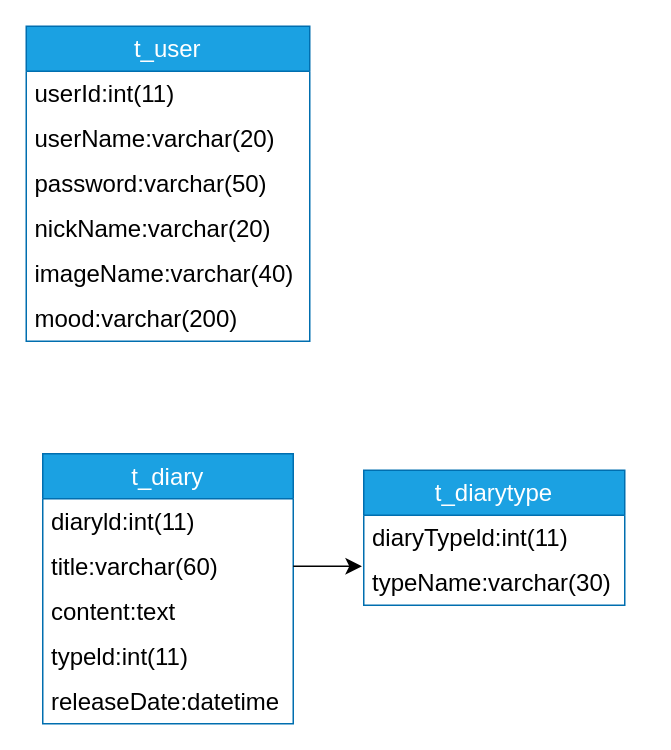
Above: 未命名绘图2.drawio in s48910649s/11024226-11024231-Final_report (draw.io), before the change. Source tidied: cells renumbered, new cells numbered last; positions are measured from the earlier drawing's top-left corner, leaving out a move shared by most shapes. Both pictures are drawn from the tidied source at 150%, with x=0, y=0 at pixel (26, 26).
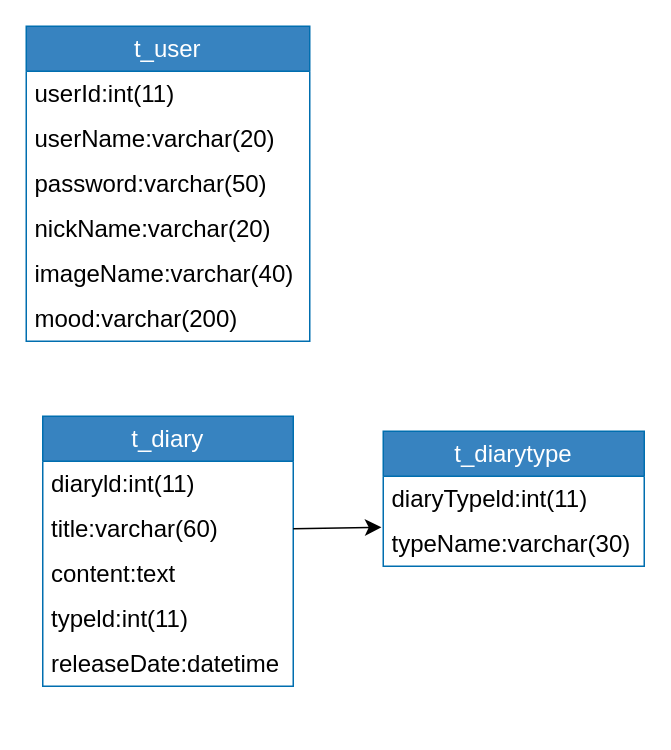
The same page after the edit.

What changed in the source:
```diff
@@
 <mxGraphModel>
   <root>
     <mxCell id="0" />
     <mxCell id="1" parent="0" />
-    <mxCell id="2" value="t_user" style="swimlane;fontStyle=0;horizontal=1;startSize=30;whiteSpace=wrap;html=1;fontSize=16;fillColor=#1ba1e2;strokeColor=#006EAF;fontColor=#ffffff;" parent="1" vertex="1">
+    <mxCell id="2" value="t_user" style="swimlane;fontStyle=0;horizontal=1;startSize=30;whiteSpace=wrap;html=1;fontSize=16;fillColor=#3783c0;strokeColor=#006EAF;fontColor=#ffffff;" parent="1" vertex="1">
       <mxGeometry width="189" height="210" as="geometry" />
     </mxCell>
     <mxCell id="3" value="userId:int(11)" style="text;strokeColor=none;fillColor=none;align=left;verticalAlign=middle;spacingLeft=4;spacingRight=4;overflow=hidden;whiteSpace=wrap;html=1;fontSize=16;" parent="2" vertex="1">
       <mxGeometry y="30" width="189" height="30" as="geometry" />
     </mxCell>
     <mxCell id="4" value="userName:varchar(20)" style="text;strokeColor=none;fillColor=none;align=left;verticalAlign=middle;spacingLeft=4;spacingRight=4;overflow=hidden;whiteSpace=wrap;html=1;fontSize=16;" parent="2" vertex="1">
       <mxGeometry y="60" width="189" height="30" as="geometry" />
     </mxCell>
     <mxCell id="5" value="password:varchar(50)" style="text;strokeColor=none;fillColor=none;align=left;verticalAlign=middle;spacingLeft=4;spacingRight=4;overflow=hidden;whiteSpace=wrap;html=1;fontSize=16;" parent="2" vertex="1">
       <mxGeometry y="90" width="189" height="30" as="geometry" />
     </mxCell>
     <mxCell id="6" value="nickName:varchar(20)" style="text;strokeColor=none;fillColor=none;align=left;verticalAlign=middle;spacingLeft=4;spacingRight=4;overflow=hidden;whiteSpace=wrap;html=1;fontSize=16;" parent="2" vertex="1">
       <mxGeometry y="120" width="189" height="30" as="geometry" />
     </mxCell>
     <mxCell id="7" value="imageName:varchar(40)" style="text;strokeColor=none;fillColor=none;align=left;verticalAlign=middle;spacingLeft=4;spacingRight=4;overflow=hidden;whiteSpace=wrap;html=1;fontSize=16;" parent="2" vertex="1">
       <mxGeometry y="150" width="189" height="30" as="geometry" />
     </mxCell>
     <mxCell id="8" value="mood:varchar(200)" style="text;strokeColor=none;fillColor=none;align=left;verticalAlign=middle;spacingLeft=4;spacingRight=4;overflow=hidden;whiteSpace=wrap;html=1;fontSize=16;" parent="2" vertex="1">
       <mxGeometry y="180" width="189" height="30" as="geometry" />
     </mxCell>
-    <mxCell id="9" value="t_diary" style="swimlane;fontStyle=0;horizontal=1;startSize=30;whiteSpace=wrap;html=1;fontSize=16;fillColor=#1ba1e2;fontColor=#ffffff;strokeColor=#006EAF;" parent="1" vertex="1">
-      <mxGeometry x="11" y="285" width="167" height="180" as="geometry" />
+    <mxCell id="9" value="t_diary" style="swimlane;fontStyle=0;horizontal=1;startSize=30;whiteSpace=wrap;html=1;fontSize=16;fillColor=#3783c0;fontColor=#ffffff;strokeColor=#006EAF;" parent="1" vertex="1">
+      <mxGeometry x="11" y="260" width="167" height="180" as="geometry" />
     </mxCell>
     <mxCell id="10" value="diaryld:int(11)" style="text;strokeColor=none;fillColor=none;align=left;verticalAlign=middle;spacingLeft=4;spacingRight=4;overflow=hidden;whiteSpace=wrap;html=1;fontSize=16;" parent="9" vertex="1">
       <mxGeometry y="30" width="167" height="30" as="geometry" />
     </mxCell>
     <mxCell id="11" value="title:varchar(60)" style="text;strokeColor=none;fillColor=none;align=left;verticalAlign=middle;spacingLeft=4;spacingRight=4;overflow=hidden;points=[[0,0.5],[1,0.5]];portConstraint=eastwest;whiteSpace=wrap;html=1;fontSize=16;" parent="9" vertex="1">
       <mxGeometry y="60" width="167" height="30" as="geometry" />
     </mxCell>
     <mxCell id="12" value="content:text" style="text;strokeColor=none;fillColor=none;align=left;verticalAlign=middle;spacingLeft=4;spacingRight=4;overflow=hidden;whiteSpace=wrap;html=1;fontSize=16;" parent="9" vertex="1">
       <mxGeometry y="90" width="167" height="30" as="geometry" />
     </mxCell>
     <mxCell id="13" value="typeld:int(11)" style="text;strokeColor=none;fillColor=none;align=left;verticalAlign=middle;spacingLeft=4;spacingRight=4;overflow=hidden;whiteSpace=wrap;html=1;fontSize=16;" parent="9" vertex="1">
       <mxGeometry y="120" width="167" height="30" as="geometry" />
     </mxCell>
     <mxCell id="14" value="releaseDate:datetime" style="text;strokeColor=none;fillColor=none;align=left;verticalAlign=middle;spacingLeft=4;spacingRight=4;overflow=hidden;whiteSpace=wrap;html=1;fontSize=16;" parent="9" vertex="1">
       <mxGeometry y="150" width="167" height="30" as="geometry" />
     </mxCell>
-    <mxCell id="15" value="t_diarytype" style="swimlane;fontStyle=0;horizontal=1;startSize=30;whiteSpace=wrap;html=1;fontSize=16;fillColor=#1ba1e2;fontColor=#ffffff;strokeColor=#006EAF;" parent="1" vertex="1">
-      <mxGeometry x="225" y="296" width="174" height="90" as="geometry" />
+    <mxCell id="15" value="t_diarytype" style="swimlane;fontStyle=0;horizontal=1;startSize=30;whiteSpace=wrap;html=1;fontSize=16;fillColor=#3783c0;fontColor=#ffffff;strokeColor=#006EAF;" parent="1" vertex="1">
+      <mxGeometry x="238" y="270" width="174" height="90" as="geometry" />
     </mxCell>
     <mxCell id="16" value="diaryTypeld:int(11)" style="text;strokeColor=none;fillColor=none;align=left;verticalAlign=middle;spacingLeft=4;spacingRight=4;overflow=hidden;whiteSpace=wrap;html=1;fontSize=16;" parent="15" vertex="1">
       <mxGeometry y="30" width="174" height="30" as="geometry" />
     </mxCell>
     <mxCell id="17" value="typeName:varchar(30)" style="text;strokeColor=none;fillColor=none;align=left;verticalAlign=middle;spacingLeft=4;spacingRight=4;overflow=hidden;points=[[0,0.5],[1,0.5]];portConstraint=eastwest;whiteSpace=wrap;html=1;fontSize=16;" parent="15" vertex="1">
       <mxGeometry y="60" width="174" height="30" as="geometry" />
     </mxCell>
     <mxCell id="18" style="edgeStyle=none;curved=1;rounded=0;orthogonalLoop=1;jettySize=auto;html=1;entryX=0;entryY=0.5;entryDx=0;entryDy=0;fontSize=12;startSize=8;endSize=8;" parent="1" edge="1" source="15" target="15">
       <mxGeometry relative="1" as="geometry" />
     </mxCell>
     <mxCell id="19" style="edgeStyle=none;curved=1;rounded=0;jettySize=auto;html=1;exitX=1;exitY=0.5;exitDx=0;exitDy=0;fontSize=12;startSize=8;endSize=8;entryX=-0.007;entryY=0.133;entryDx=0;entryDy=0;entryPerimeter=0;" parent="1" edge="1" source="11" target="17">
       <mxGeometry relative="1" as="geometry" />
     </mxCell>
   </root>
 </mxGraphModel>
```
